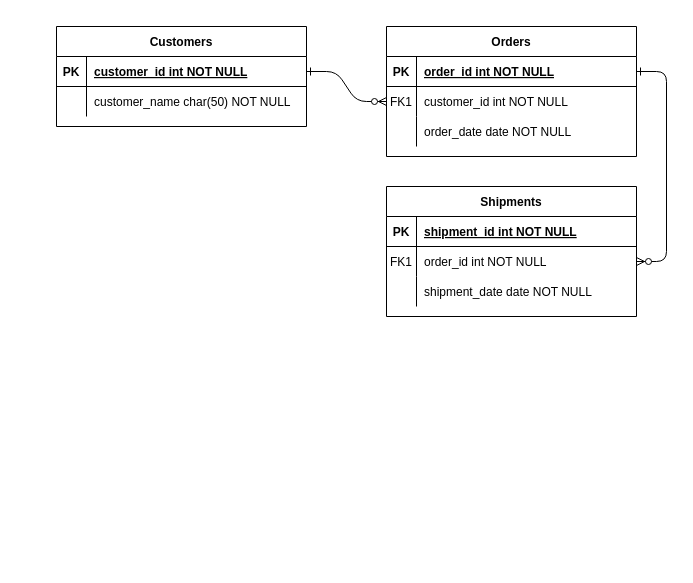
Before: Untitled Diagram.drawio in CaptSzat/chat-example, a draw.io diagram. Source tidied: cells renumbered, new cells numbered last; positions are measured from the earlier drawing's top-left corner, leaving out a move shared by most shapes. Both pictures are drawn from the tidied source at 100%, with x=0, y=0 at pixel (56, 26).
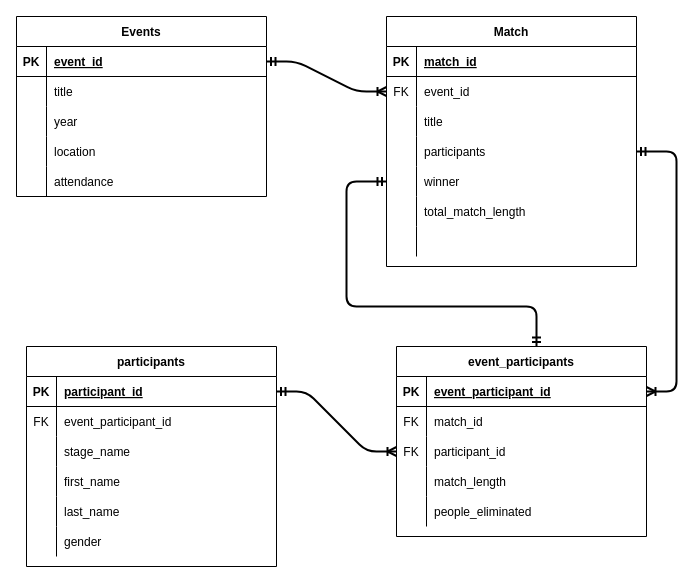
The same diagram, later.

Unchanged cells that the change refers to:
```xml
<mxCell id="5" style="shape=partialRectangle;fillColor=none;points=[[0,0.5],[1,0.5]];portConstraint=eastwest;top=0;left=0;right=0;bottom=1;" parent="4" vertex="1">
  <mxGeometry y="30" width="250" height="30" as="geometry" />
</mxCell>
<mxCell id="8" style="shape=partialRectangle;fillColor=none;points=[[0,0.5],[1,0.5]];portConstraint=eastwest;top=0;left=0;right=0;bottom=0;" parent="4" vertex="1">
  <mxGeometry y="60" width="250" height="30" as="geometry" />
</mxCell>
<mxCell id="11" style="shape=partialRectangle;fillColor=none;top=0;left=0;right=0;bottom=0;" parent="4" vertex="1">
  <mxGeometry y="90" width="250" height="30" as="geometry" />
</mxCell>
<mxCell id="15" style="shape=partialRectangle;fillColor=none;points=[[0,0.5],[1,0.5]];portConstraint=eastwest;top=0;left=0;right=0;bottom=1;" parent="14" vertex="1">
  <mxGeometry y="30" width="250" height="30" as="geometry" />
</mxCell>
<mxCell id="18" style="shape=partialRectangle;fillColor=none;points=[[0,0.5],[1,0.5]];portConstraint=eastwest;top=0;left=0;right=0;bottom=0;" parent="14" vertex="1">
  <mxGeometry y="60" width="250" height="30" as="geometry" />
</mxCell>
<mxCell id="21" style="shape=partialRectangle;fillColor=none;points=[[0,0.5],[1,0.5]];portConstraint=eastwest;top=0;left=0;right=0;bottom=0;" parent="14" vertex="1">
  <mxGeometry y="90" width="250" height="30" as="geometry" />
</mxCell>
<mxCell id="25" style="shape=partialRectangle;fillColor=none;points=[[0,0.5],[1,0.5]];portConstraint=eastwest;top=0;left=0;right=0;bottom=1;" parent="24" vertex="1">
  <mxGeometry y="30" width="250" height="30" as="geometry" />
</mxCell>
<mxCell id="28" style="shape=partialRectangle;fillColor=none;top=0;left=0;right=0;bottom=0;" parent="24" vertex="1">
  <mxGeometry y="60" width="250" height="30" as="geometry" />
</mxCell>
```

What changed in the source:
```diff
@@
-    <mxCell id="2" style="edgeStyle=entityRelationEdgeStyle;endArrow=ERzeroToMany;startArrow=ERone;endFill=1;startFill=0;" parent="1" edge="1" source="25" target="8">
+    <mxCell id="2" style="edgeStyle=entityRelationEdgeStyle;endArrow=ERoneToMany;startArrow=ERmandOne;endFill=0;startFill=0;strokeWidth=2;jumpSize=13;fontSize=17;fontStyle=0;" parent="1" edge="1" source="25" target="8">
       <mxGeometry relative="1" as="geometry" />
     </mxCell>
-    <mxCell id="3" style="edgeStyle=entityRelationEdgeStyle;endArrow=ERzeroToMany;startArrow=ERone;endFill=1;startFill=0;" parent="1" edge="1" source="5" target="18">
-      <mxGeometry relative="1" as="geometry" />
-    </mxCell>
-    <mxCell id="4" value="Orders" style="shape=table;startSize=30;childLayout=tableLayout;rowLines=0;fontStyle=1;align=center;" parent="1" vertex="1">
-      <mxGeometry x="330" width="250" height="130" as="geometry" />
+    <mxCell id="4" value="Match" style="shape=table;startSize=30;childLayout=tableLayout;rowLines=0;fontStyle=1;align=center;" parent="1" vertex="1">
+      <mxGeometry x="330" y="-10" width="250" height="250" as="geometry" />
     </mxCell>
@@
-    <mxCell id="7" value="order_id int NOT NULL " style="shape=partialRectangle;overflow=hidden;fillColor=none;top=0;left=0;bottom=0;right=0;align=left;spacingLeft=6;fontStyle=5;" parent="5" vertex="1">
+    <mxCell id="7" value="match_id" style="shape=partialRectangle;overflow=hidden;fillColor=none;top=0;left=0;bottom=0;right=0;align=left;spacingLeft=6;fontStyle=5;" parent="5" vertex="1">
       <mxGeometry x="30" width="220" height="30" as="geometry" />
     </mxCell>
@@
-    <mxCell id="9" value="FK1" style="shape=partialRectangle;overflow=hidden;fillColor=none;top=0;left=0;bottom=0;right=0;" parent="8" vertex="1">
+    <mxCell id="9" value="FK" style="shape=partialRectangle;overflow=hidden;fillColor=none;top=0;left=0;bottom=0;right=0;" parent="8" vertex="1">
       <mxGeometry width="30" height="30" as="geometry" />
     </mxCell>
-    <mxCell id="10" value="customer_id int NOT NULL" style="shape=partialRectangle;overflow=hidden;fillColor=none;top=0;left=0;bottom=0;right=0;align=left;spacingLeft=6;" parent="8" vertex="1">
+    <mxCell id="10" value="event_id" style="shape=partialRectangle;overflow=hidden;fillColor=none;top=0;left=0;bottom=0;right=0;align=left;spacingLeft=6;" parent="8" vertex="1">
       <mxGeometry x="30" width="220" height="30" as="geometry" />
     </mxCell>
@@
-    <mxCell id="13" value="order_date date NOT NULL" style="shape=partialRectangle;overflow=hidden;fillColor=none;top=0;left=0;bottom=0;right=0;align=left;spacingLeft=6;" parent="11" vertex="1">
+    <mxCell id="13" value="title" style="shape=partialRectangle;overflow=hidden;fillColor=none;top=0;left=0;bottom=0;right=0;align=left;spacingLeft=6;" parent="11" vertex="1">
       <mxGeometry x="30" width="220" height="30" as="geometry" />
     </mxCell>
+    <mxCell id="31" style="shape=partialRectangle;fillColor=none;points=[[0,0.5],[1,0.5]];portConstraint=eastwest;top=0;left=0;right=0;bottom=0;" parent="4" vertex="1">
+      <mxGeometry y="120" width="250" height="30" as="geometry" />
+    </mxCell>
+    <mxCell id="32" style="shape=partialRectangle;overflow=hidden;fillColor=none;top=0;left=0;bottom=0;right=0;" parent="31" vertex="1">
+      <mxGeometry width="30" height="30" as="geometry" />
+    </mxCell>
+    <mxCell id="33" value="participants" style="shape=partialRectangle;overflow=hidden;fillColor=none;top=0;left=0;bottom=0;right=0;align=left;spacingLeft=6;" parent="31" vertex="1">
+      <mxGeometry x="30" width="220" height="30" as="geometry" />
+    </mxCell>
+    <mxCell id="34" style="shape=partialRectangle;fillColor=none;points=[[0,0.5],[1,0.5]];portConstraint=eastwest;top=0;left=0;right=0;bottom=0;" parent="4" vertex="1">
+      <mxGeometry y="150" width="250" height="30" as="geometry" />
+    </mxCell>
+    <mxCell id="35" style="shape=partialRectangle;overflow=hidden;fillColor=none;top=0;left=0;bottom=0;right=0;" parent="34" vertex="1">
+      <mxGeometry width="30" height="30" as="geometry" />
+    </mxCell>
+    <mxCell id="36" value="winner" style="shape=partialRectangle;overflow=hidden;fillColor=none;top=0;left=0;bottom=0;right=0;align=left;spacingLeft=6;" parent="34" vertex="1">
+      <mxGeometry x="30" width="220" height="30" as="geometry" />
+    </mxCell>
+    <mxCell id="37" style="shape=partialRectangle;fillColor=none;top=0;left=0;right=0;bottom=0;" parent="4" vertex="1">
+      <mxGeometry y="180" width="250" height="30" as="geometry" />
+    </mxCell>
+    <mxCell id="38" style="shape=partialRectangle;overflow=hidden;fillColor=none;top=0;left=0;bottom=0;right=0;" parent="37" vertex="1">
+      <mxGeometry width="30" height="30" as="geometry" />
+    </mxCell>
+    <mxCell id="39" value="total_match_length" style="shape=partialRectangle;overflow=hidden;fillColor=none;top=0;left=0;bottom=0;right=0;align=left;spacingLeft=6;" parent="37" vertex="1">
+      <mxGeometry x="30" width="220" height="30" as="geometry" />
+    </mxCell>
+    <mxCell id="40" style="shape=partialRectangle;fillColor=none;top=0;left=0;right=0;bottom=0;" parent="4" vertex="1">
+      <mxGeometry y="210" width="250" height="30" as="geometry" />
+    </mxCell>
+    <mxCell id="41" style="shape=partialRectangle;overflow=hidden;fillColor=none;top=0;left=0;bottom=0;right=0;" parent="40" vertex="1">
+      <mxGeometry width="30" height="30" as="geometry" />
+    </mxCell>
+    <mxCell id="42" style="shape=partialRectangle;overflow=hidden;fillColor=none;top=0;left=0;bottom=0;right=0;align=left;spacingLeft=6;" parent="40" vertex="1">
+      <mxGeometry x="30" width="220" height="30" as="geometry" />
+    </mxCell>
-    <mxCell id="14" value="Shipments" style="shape=table;startSize=30;childLayout=tableLayout;rowLines=0;fontStyle=1;align=center;" parent="1" vertex="1">
-      <mxGeometry x="330" y="160" width="250" height="130" as="geometry" />
+    <mxCell id="14" value="event_participants" style="shape=table;startSize=30;childLayout=tableLayout;rowLines=0;fontStyle=1;align=center;" parent="1" vertex="1">
+      <mxGeometry x="340" y="320" width="250" height="190" as="geometry" />
     </mxCell>
@@
-    <mxCell id="17" value="shipment_id int NOT NULL " style="shape=partialRectangle;overflow=hidden;fillColor=none;top=0;left=0;bottom=0;right=0;align=left;spacingLeft=6;fontStyle=5;" parent="15" vertex="1">
+    <mxCell id="17" value="event_participant_id" style="shape=partialRectangle;overflow=hidden;fillColor=none;top=0;left=0;bottom=0;right=0;align=left;spacingLeft=6;fontStyle=5;" parent="15" vertex="1">
       <mxGeometry x="30" width="220" height="30" as="geometry" />
     </mxCell>
@@
-    <mxCell id="19" value="FK1" style="shape=partialRectangle;overflow=hidden;fillColor=none;top=0;left=0;bottom=0;right=0;" parent="18" vertex="1">
+    <mxCell id="19" value="FK" style="shape=partialRectangle;overflow=hidden;fillColor=none;top=0;left=0;bottom=0;right=0;" parent="18" vertex="1">
       <mxGeometry width="30" height="30" as="geometry" />
     </mxCell>
-    <mxCell id="20" value="order_id int NOT NULL" style="shape=partialRectangle;overflow=hidden;fillColor=none;top=0;left=0;bottom=0;right=0;align=left;spacingLeft=6;" parent="18" vertex="1">
+    <mxCell id="20" value="match_id" style="shape=partialRectangle;overflow=hidden;fillColor=none;top=0;left=0;bottom=0;right=0;align=left;spacingLeft=6;" parent="18" vertex="1">
       <mxGeometry x="30" width="220" height="30" as="geometry" />
     </mxCell>
@@
-    <mxCell id="22" style="shape=partialRectangle;overflow=hidden;fillColor=none;top=0;left=0;bottom=0;right=0;" parent="21" vertex="1">
+    <mxCell id="22" value="FK" style="shape=partialRectangle;overflow=hidden;fillColor=none;top=0;left=0;bottom=0;right=0;" parent="21" vertex="1">
       <mxGeometry width="30" height="30" as="geometry" />
     </mxCell>
-    <mxCell id="23" value="shipment_date date NOT NULL" style="shape=partialRectangle;overflow=hidden;fillColor=none;top=0;left=0;bottom=0;right=0;align=left;spacingLeft=6;" parent="21" vertex="1">
+    <mxCell id="23" value="participant_id" style="shape=partialRectangle;overflow=hidden;fillColor=none;top=0;left=0;bottom=0;right=0;align=left;spacingLeft=6;" parent="21" vertex="1">
       <mxGeometry x="30" width="220" height="30" as="geometry" />
     </mxCell>
+    <mxCell id="43" style="shape=partialRectangle;fillColor=none;top=0;left=0;right=0;bottom=0;" parent="14" vertex="1">
+      <mxGeometry y="120" width="250" height="30" as="geometry" />
+    </mxCell>
+    <mxCell id="44" style="shape=partialRectangle;overflow=hidden;fillColor=none;top=0;left=0;bottom=0;right=0;" parent="43" vertex="1">
+      <mxGeometry width="30" height="30" as="geometry" />
+    </mxCell>
+    <mxCell id="45" value="match_length" style="shape=partialRectangle;overflow=hidden;fillColor=none;top=0;left=0;bottom=0;right=0;align=left;spacingLeft=6;" parent="43" vertex="1">
+      <mxGeometry x="30" width="220" height="30" as="geometry" />
+    </mxCell>
+    <mxCell id="46" style="shape=partialRectangle;fillColor=none;top=0;left=0;right=0;bottom=0;" parent="14" vertex="1">
+      <mxGeometry y="150" width="250" height="30" as="geometry" />
+    </mxCell>
+    <mxCell id="47" style="shape=partialRectangle;overflow=hidden;fillColor=none;top=0;left=0;bottom=0;right=0;" parent="46" vertex="1">
+      <mxGeometry width="30" height="30" as="geometry" />
+    </mxCell>
+    <mxCell id="48" value="people_eliminated" style="shape=partialRectangle;overflow=hidden;fillColor=none;top=0;left=0;bottom=0;right=0;align=left;spacingLeft=6;" parent="46" vertex="1">
+      <mxGeometry x="30" width="220" height="30" as="geometry" />
+    </mxCell>
-    <mxCell id="24" value="Customers" style="shape=table;startSize=30;childLayout=tableLayout;rowLines=0;fontStyle=1;align=center;" parent="1" vertex="1">
-      <mxGeometry width="250" height="100" as="geometry" />
+    <mxCell id="24" value="Events" style="shape=table;startSize=30;childLayout=tableLayout;rowLines=0;fontStyle=1;align=center;" parent="1" vertex="1">
+      <mxGeometry x="-40" y="-10" width="250" height="180" as="geometry" />
     </mxCell>
@@
-    <mxCell id="27" value="customer_id int NOT NULL " style="shape=partialRectangle;overflow=hidden;fillColor=none;top=0;left=0;bottom=0;right=0;align=left;spacingLeft=6;fontStyle=5;" parent="25" vertex="1">
+    <mxCell id="27" value="event_id" style="shape=partialRectangle;overflow=hidden;fillColor=none;top=0;left=0;bottom=0;right=0;align=left;spacingLeft=6;fontStyle=5;" parent="25" vertex="1">
       <mxGeometry x="30" width="220" height="30" as="geometry" />
     </mxCell>
@@
-    <mxCell id="30" value="customer_name char(50) NOT NULL" style="shape=partialRectangle;overflow=hidden;fillColor=none;top=0;left=0;bottom=0;right=0;align=left;spacingLeft=6;" parent="28" vertex="1">
+    <mxCell id="30" value="title" style="shape=partialRectangle;overflow=hidden;fillColor=none;top=0;left=0;bottom=0;right=0;align=left;spacingLeft=6;" parent="28" vertex="1">
       <mxGeometry x="30" width="220" height="30" as="geometry" />
     </mxCell>
+    <mxCell id="49" style="shape=partialRectangle;fillColor=none;top=0;left=0;right=0;bottom=0;" parent="24" vertex="1">
+      <mxGeometry y="90" width="250" height="30" as="geometry" />
+    </mxCell>
+    <mxCell id="50" style="shape=partialRectangle;overflow=hidden;fillColor=none;top=0;left=0;bottom=0;right=0;" parent="49" vertex="1">
+      <mxGeometry width="30" height="30" as="geometry" />
+    </mxCell>
+    <mxCell id="51" value="year" style="shape=partialRectangle;overflow=hidden;fillColor=none;top=0;left=0;bottom=0;right=0;align=left;spacingLeft=6;" parent="49" vertex="1">
+      <mxGeometry x="30" width="220" height="30" as="geometry" />
+    </mxCell>
+    <mxCell id="52" style="shape=partialRectangle;fillColor=none;top=0;left=0;right=0;bottom=0;" parent="24" vertex="1">
+      <mxGeometry y="120" width="250" height="30" as="geometry" />
+    </mxCell>
+    <mxCell id="53" style="shape=partialRectangle;overflow=hidden;fillColor=none;top=0;left=0;bottom=0;right=0;" parent="52" vertex="1">
+      <mxGeometry width="30" height="30" as="geometry" />
+    </mxCell>
+    <mxCell id="54" value="location" style="shape=partialRectangle;overflow=hidden;fillColor=none;top=0;left=0;bottom=0;right=0;align=left;spacingLeft=6;" parent="52" vertex="1">
+      <mxGeometry x="30" width="220" height="30" as="geometry" />
+    </mxCell>
+    <mxCell id="55" style="shape=partialRectangle;fillColor=none;top=0;left=0;right=0;bottom=0;" parent="24" vertex="1">
+      <mxGeometry y="150" width="250" height="30" as="geometry" />
+    </mxCell>
+    <mxCell id="56" style="shape=partialRectangle;overflow=hidden;fillColor=none;top=0;left=0;bottom=0;right=0;" parent="55" vertex="1">
+      <mxGeometry width="30" height="30" as="geometry" />
+    </mxCell>
+    <mxCell id="57" value="attendance" style="shape=partialRectangle;overflow=hidden;fillColor=none;top=0;left=0;bottom=0;right=0;align=left;spacingLeft=6;" parent="55" vertex="1">
+      <mxGeometry x="30" width="220" height="30" as="geometry" />
+    </mxCell>
+    <mxCell id="58" value="participants" style="shape=table;startSize=30;childLayout=tableLayout;rowLines=0;fontStyle=1;align=center;" parent="1" vertex="1">
+      <mxGeometry x="-30" y="320" width="250" height="220" as="geometry" />
+    </mxCell>
+    <mxCell id="59" style="shape=partialRectangle;fillColor=none;points=[[0,0.5],[1,0.5]];portConstraint=eastwest;top=0;left=0;right=0;bottom=1;" parent="58" vertex="1">
+      <mxGeometry y="30" width="250" height="30" as="geometry" />
+    </mxCell>
+    <mxCell id="60" value="PK" style="shape=partialRectangle;overflow=hidden;fillColor=none;top=0;left=0;bottom=0;right=0;fontStyle=1;" parent="59" vertex="1">
+      <mxGeometry width="30" height="30" as="geometry" />
+    </mxCell>
+    <mxCell id="61" value="participant_id" style="shape=partialRectangle;overflow=hidden;fillColor=none;top=0;left=0;bottom=0;right=0;align=left;spacingLeft=6;fontStyle=5;" parent="59" vertex="1">
+      <mxGeometry x="30" width="220" height="30" as="geometry" />
+    </mxCell>
+    <mxCell id="62" style="shape=partialRectangle;fillColor=none;top=0;left=0;right=0;bottom=0;" parent="58" vertex="1">
+      <mxGeometry y="60" width="250" height="30" as="geometry" />
+    </mxCell>
+    <mxCell id="63" value="FK" style="shape=partialRectangle;overflow=hidden;fillColor=none;top=0;left=0;bottom=0;right=0;" parent="62" vertex="1">
+      <mxGeometry width="30" height="30" as="geometry" />
+    </mxCell>
+    <mxCell id="64" value="event_participant_id" style="shape=partialRectangle;overflow=hidden;fillColor=none;top=0;left=0;bottom=0;right=0;align=left;spacingLeft=6;" parent="62" vertex="1">
+      <mxGeometry x="30" width="220" height="30" as="geometry" />
+    </mxCell>
+    <mxCell id="65" style="shape=partialRectangle;fillColor=none;top=0;left=0;right=0;bottom=0;" parent="58" vertex="1">
+      <mxGeometry y="90" width="250" height="30" as="geometry" />
+    </mxCell>
+    <mxCell id="66" style="shape=partialRectangle;overflow=hidden;fillColor=none;top=0;left=0;bottom=0;right=0;" parent="65" vertex="1">
+      <mxGeometry width="30" height="30" as="geometry" />
+    </mxCell>
+    <mxCell id="67" value="stage_name" style="shape=partialRectangle;overflow=hidden;fillColor=none;top=0;left=0;bottom=0;right=0;align=left;spacingLeft=6;" parent="65" vertex="1">
+      <mxGeometry x="30" width="220" height="30" as="geometry" />
+    </mxCell>
+    <mxCell id="68" style="shape=partialRectangle;fillColor=none;top=0;left=0;right=0;bottom=0;" parent="58" vertex="1">
+      <mxGeometry y="120" width="250" height="30" as="geometry" />
+    </mxCell>
+    <mxCell id="69" style="shape=partialRectangle;overflow=hidden;fillColor=none;top=0;left=0;bottom=0;right=0;" parent="68" vertex="1">
+      <mxGeometry width="30" height="30" as="geometry" />
+    </mxCell>
+    <mxCell id="70" value="first_name" style="shape=partialRectangle;overflow=hidden;fillColor=none;top=0;left=0;bottom=0;right=0;align=left;spacingLeft=6;" parent="68" vertex="1">
+      <mxGeometry x="30" width="220" height="30" as="geometry" />
+    </mxCell>
+    <mxCell id="71" style="shape=partialRectangle;fillColor=none;top=0;left=0;right=0;bottom=0;" parent="58" vertex="1">
+      <mxGeometry y="150" width="250" height="30" as="geometry" />
+    </mxCell>
+    <mxCell id="72" style="shape=partialRectangle;overflow=hidden;fillColor=none;top=0;left=0;bottom=0;right=0;" parent="71" vertex="1">
+      <mxGeometry width="30" height="30" as="geometry" />
+    </mxCell>
+    <mxCell id="73" value="last_name" style="shape=partialRectangle;overflow=hidden;fillColor=none;top=0;left=0;bottom=0;right=0;align=left;spacingLeft=6;" parent="71" vertex="1">
+      <mxGeometry x="30" width="220" height="30" as="geometry" />
+    </mxCell>
+    <mxCell id="74" style="shape=partialRectangle;fillColor=none;top=0;left=0;right=0;bottom=0;" parent="58" vertex="1">
+      <mxGeometry y="180" width="250" height="30" as="geometry" />
+    </mxCell>
+    <mxCell id="75" style="shape=partialRectangle;overflow=hidden;fillColor=none;top=0;left=0;bottom=0;right=0;" parent="74" vertex="1">
+      <mxGeometry width="30" height="30" as="geometry" />
+    </mxCell>
+    <mxCell id="76" value="gender" style="shape=partialRectangle;overflow=hidden;fillColor=none;top=0;left=0;bottom=0;right=0;align=left;spacingLeft=6;" parent="74" vertex="1">
+      <mxGeometry x="30" width="220" height="30" as="geometry" />
+    </mxCell>
+    <mxCell id="77" style="edgeStyle=entityRelationEdgeStyle;endArrow=ERoneToMany;startArrow=ERmandOne;endFill=0;startFill=0;strokeWidth=2;jumpSize=13;fontSize=17;fontStyle=0;" parent="1" edge="1" source="31" target="15">
+      <mxGeometry relative="1" as="geometry" />
+    </mxCell>
+    <mxCell id="78" style="edgeStyle=entityRelationEdgeStyle;endArrow=ERoneToMany;startArrow=ERmandOne;endFill=0;startFill=0;strokeWidth=2;jumpSize=13;fontSize=17;fontStyle=0;entryX=0;entryY=0.5;entryDx=0;entryDy=0;" parent="1" edge="1" source="59" target="21">
+      <mxGeometry relative="1" as="geometry" />
+    </mxCell>
+    <mxCell id="79" style="edgeStyle=orthogonalEdgeStyle;endArrow=ERmandOne;startArrow=ERmandOne;endFill=0;startFill=0;strokeWidth=2;jumpSize=13;fontSize=17;fontStyle=0;entryX=0;entryY=0.5;entryDx=0;entryDy=0;exitX=0.56;exitY=0;exitDx=0;exitDy=0;exitPerimeter=0;" parent="1" edge="1" source="14" target="34">
+      <mxGeometry relative="1" as="geometry">
+        <Array as="points">
+          <mxPoint x="480" y="280" />
+          <mxPoint x="290" y="280" />
+          <mxPoint x="290" y="155" />
+        </Array>
+      </mxGeometry>
+    </mxCell>
```
